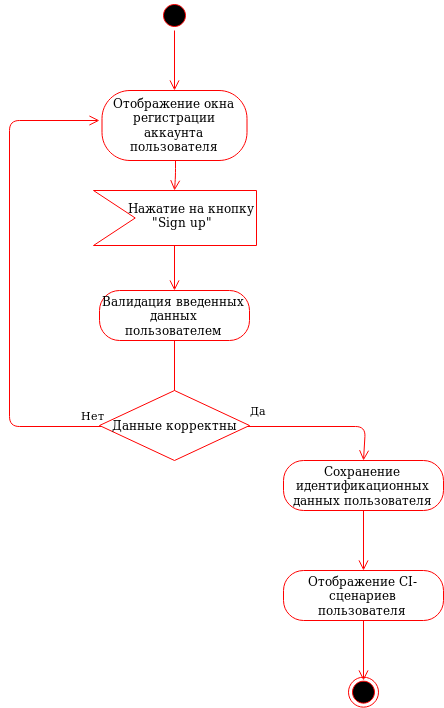
This is Diagrams/Activity/Register.png from Andrew304/Visual-CI-Manager, a draw.io export, as it was before one commit. Source tidied: cells renumbered, new cells last; positions are measured from the earlier drawing's top-left corner, leaving out a move shared by most shapes. The source it was exported from:
```xml
<mxGraphModel>
  <root>
    <mxCell id="0" />
    <mxCell id="1" parent="0" />
    <mxCell id="2" value="Нет" style="edgeStyle=orthogonalEdgeStyle;html=1;align=left;verticalAlign=top;endArrow=open;endSize=8;strokeColor=#ff0000;" parent="1" edge="1" source="11">
      <mxGeometry x="-0.52" y="-70" relative="1" as="geometry">
        <mxPoint x="90" y="120" as="targetPoint" />
        <Array as="points">
          <mxPoint y="425" />
          <mxPoint y="120" />
        </Array>
      </mxGeometry>
    </mxCell>
    <mxCell id="3" style="ellipse;html=1;shape=endState;fillColor=#000000;strokeColor=#ff0000;" parent="1" vertex="1">
      <mxGeometry x="339" y="676.7" width="30" height="30" as="geometry" />
    </mxCell>
    <mxCell id="4" style="ellipse;html=1;shape=startState;fillColor=#000000;strokeColor=#ff0000;" parent="1" vertex="1">
      <mxGeometry x="150" width="30" height="30" as="geometry" />
    </mxCell>
    <mxCell id="5" style="edgeStyle=orthogonalEdgeStyle;html=1;verticalAlign=bottom;endArrow=open;endSize=8;strokeColor=#ff0000;" parent="1" edge="1" source="4">
      <mxGeometry relative="1" as="geometry">
        <mxPoint x="165" y="90" as="targetPoint" />
      </mxGeometry>
    </mxCell>
    <mxCell id="6" value="Отображение окна регистрации аккаунта пользователя" style="rounded=1;whiteSpace=wrap;html=1;arcSize=40;fontColor=#000000;fillColor=#FFFFFF;strokeColor=#ff0000;" parent="1" vertex="1">
      <mxGeometry x="92.5" y="90" width="145" height="70" as="geometry" />
    </mxCell>
    <mxCell id="7" style="edgeStyle=orthogonalEdgeStyle;html=1;verticalAlign=bottom;endArrow=open;endSize=8;strokeColor=#ff0000;" parent="1" edge="1" source="6">
      <mxGeometry relative="1" as="geometry">
        <mxPoint x="165" y="190" as="targetPoint" />
      </mxGeometry>
    </mxCell>
    <mxCell id="8" value="Валидация введенных данных пользователем" style="rounded=1;whiteSpace=wrap;html=1;arcSize=40;fontColor=#000000;fillColor=#FFFFFF;strokeColor=#ff0000;" parent="1" vertex="1">
      <mxGeometry x="90" y="290" width="150" height="50" as="geometry" />
    </mxCell>
    <mxCell id="9" style="edgeStyle=orthogonalEdgeStyle;html=1;verticalAlign=bottom;endArrow=open;endSize=8;strokeColor=#ff0000;" parent="1" edge="1" source="8">
      <mxGeometry relative="1" as="geometry">
        <mxPoint x="165" y="460" as="targetPoint" />
      </mxGeometry>
    </mxCell>
    <mxCell id="10" style="edgeStyle=orthogonalEdgeStyle;html=1;verticalAlign=bottom;endArrow=open;endSize=8;strokeColor=#ff0000;" parent="1" edge="1">
      <mxGeometry relative="1" as="geometry">
        <mxPoint x="165" y="240" as="sourcePoint" />
        <mxPoint x="165" y="290" as="targetPoint" />
      </mxGeometry>
    </mxCell>
    <mxCell id="11" value="Данные корректны" style="rhombus;whiteSpace=wrap;html=1;fillColor=#FFFFFF;strokeColor=#ff0000;" parent="1" vertex="1">
      <mxGeometry x="90" y="390" width="150" height="70" as="geometry" />
    </mxCell>
    <mxCell id="12" value="Да" style="edgeStyle=orthogonalEdgeStyle;html=1;align=left;verticalAlign=bottom;endArrow=open;endSize=8;strokeColor=#ff0000;entryX=0.5;entryY=0;entryDx=0;entryDy=0;" parent="1" edge="1" source="11" target="13">
      <mxGeometry x="0.55" y="-117" relative="1" as="geometry">
        <Array as="points">
          <mxPoint x="355" y="425" />
          <mxPoint x="355" y="460" />
        </Array>
        <mxPoint y="-1" as="offset" />
      </mxGeometry>
    </mxCell>
    <mxCell id="13" value="Сохранение идентификационных данных пользователя" style="rounded=1;whiteSpace=wrap;html=1;arcSize=40;fontColor=#000000;fillColor=#FFFFFF;strokeColor=#ff0000;" parent="1" vertex="1">
      <mxGeometry x="274" y="460" width="160" height="50" as="geometry" />
    </mxCell>
    <mxCell id="14" style="edgeStyle=orthogonalEdgeStyle;html=1;verticalAlign=bottom;endArrow=open;endSize=8;strokeColor=#ff0000;" parent="1" edge="1" source="13">
      <mxGeometry relative="1" as="geometry">
        <mxPoint x="354" y="570" as="targetPoint" />
      </mxGeometry>
    </mxCell>
    <mxCell id="15" value="Отображение CI-сценариев пользователя" style="rounded=1;whiteSpace=wrap;html=1;arcSize=40;fontColor=#000000;fillColor=#FFFFFF;strokeColor=#ff0000;" parent="1" vertex="1">
      <mxGeometry x="274" y="570" width="160" height="50" as="geometry" />
    </mxCell>
    <mxCell id="16" style="edgeStyle=orthogonalEdgeStyle;html=1;verticalAlign=bottom;endArrow=open;endSize=8;strokeColor=#ff0000;" parent="1" edge="1" source="15">
      <mxGeometry relative="1" as="geometry">
        <mxPoint x="354" y="680" as="targetPoint" />
      </mxGeometry>
    </mxCell>
    <mxCell id="17" style="html=1;shadow=0;dashed=0;align=center;verticalAlign=middle;shape=mxgraph.arrows2.arrow;dy=0;dx=0;notch=41.71;fillColor=#FFFFFF;strokeColor=#FF0000;" parent="1" vertex="1">
      <mxGeometry x="84" y="190" width="163" height="55" as="geometry" />
    </mxCell>
    <mxCell id="18" value="&lt;div&gt;Нажатие на кнопку&lt;/div&gt;&lt;div&gt;&amp;nbsp;&amp;nbsp;&amp;nbsp;&amp;nbsp;&amp;nbsp; &quot;Sign up&quot;&lt;/div&gt;" style="text;html=1;align=left;verticalAlign=top;spacingTop=-4;" parent="1" vertex="1">
      <mxGeometry x="117" y="197.5" width="140" height="30" as="geometry" />
    </mxCell>
  </root>
</mxGraphModel>
```
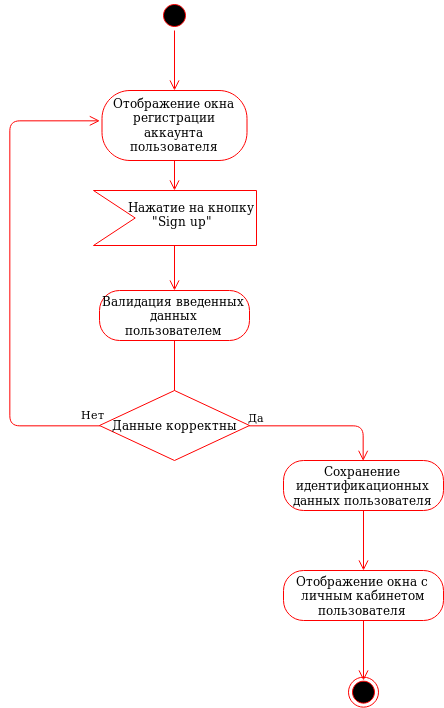
Later version of the same file.

What changed in the source:
```diff
@@ -4,7 +4,7 @@
     <mxCell id="1" parent="0" />
     <mxCell id="2" value="Нет" style="edgeStyle=orthogonalEdgeStyle;html=1;align=left;verticalAlign=top;endArrow=open;endSize=8;strokeColor=#ff0000;" parent="1" edge="1" source="11">
       <mxGeometry x="-0.52" y="-70" relative="1" as="geometry">
-        <mxPoint x="90" y="120" as="targetPoint" />
+        <mxPoint x="90.3" y="120.3" as="targetPoint" />
         <Array as="points">
           <mxPoint y="425" />
           <mxPoint y="120" />
@@ -50,8 +50,7 @@
     <mxCell id="12" value="Да" style="edgeStyle=orthogonalEdgeStyle;html=1;align=left;verticalAlign=bottom;endArrow=open;endSize=8;strokeColor=#ff0000;entryX=0.5;entryY=0;entryDx=0;entryDy=0;" parent="1" edge="1" source="11" target="13">
       <mxGeometry x="0.55" y="-117" relative="1" as="geometry">
         <Array as="points">
-          <mxPoint x="355" y="425" />
-          <mxPoint x="355" y="460" />
+          <mxPoint x="354" y="425" />
         </Array>
         <mxPoint y="-1" as="offset" />
       </mxGeometry>
@@ -64,7 +63,7 @@
         <mxPoint x="354" y="570" as="targetPoint" />
       </mxGeometry>
     </mxCell>
-    <mxCell id="15" value="Отображение CI-сценариев пользователя" style="rounded=1;whiteSpace=wrap;html=1;arcSize=40;fontColor=#000000;fillColor=#FFFFFF;strokeColor=#ff0000;" parent="1" vertex="1">
+    <mxCell id="15" value="Отображение окна с личным кабинетом пользователя" style="rounded=1;whiteSpace=wrap;html=1;arcSize=40;fontColor=#000000;fillColor=#FFFFFF;strokeColor=#ff0000;" parent="1" vertex="1">
       <mxGeometry x="274" y="570" width="160" height="50" as="geometry" />
     </mxCell>
     <mxCell id="16" style="edgeStyle=orthogonalEdgeStyle;html=1;verticalAlign=bottom;endArrow=open;endSize=8;strokeColor=#ff0000;" parent="1" edge="1" source="15">
```
